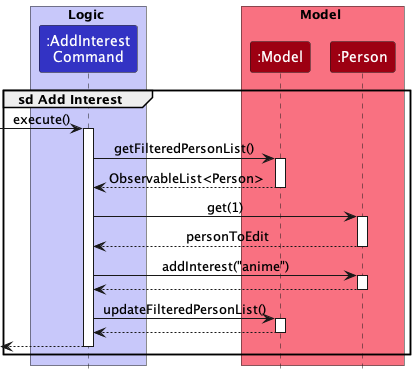
Above: docs/images/AddInterestRefSequenceDiagram.png in nus-cs2103-AY2223S1/tp (PlantUML), before the change.
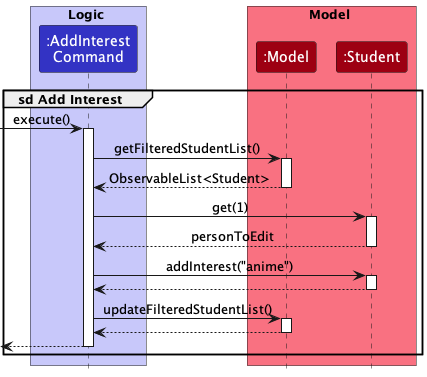
After the commit.

Commit message:
Update sequence diagram naming

Change to the diagram source:
```diff
@@ -7,30 +7,30 @@
 
 box Model MODEL_COLOR_T1
 participant ":Model" as Model MODEL_COLOR
-participant ":Person" as Person MODEL_COLOR
+participant ":Student" as Student MODEL_COLOR
 end box
 
 group sd Add Interest
 [-> AddInterestCommand : execute()
 activate AddInterestCommand
 
-AddInterestCommand -> Model: getFilteredPersonList()
+AddInterestCommand -> Model: getFilteredStudentList()
 activate Model
-Model --> AddInterestCommand: ObservableList<Person>
+Model --> AddInterestCommand: ObservableList<Student>
 deactivate Model
 
-AddInterestCommand -> Person: get(1)
-activate Person
-Person --> AddInterestCommand: personToEdit
-deactivate Person
+AddInterestCommand -> Student: get(1)
+activate Student
+Student --> AddInterestCommand: personToEdit
+deactivate Student
 
-AddInterestCommand -> Person: addInterest("anime")
-activate Person
-Person --> AddInterestCommand
-deactivate Person
+AddInterestCommand -> Student: addInterest("anime")
+activate Student
+Student --> AddInterestCommand
+deactivate Student
 
 
-AddInterestCommand -> Model: updateFilteredPersonList()
+AddInterestCommand -> Model: updateFilteredStudentList()
 activate Model
 Model --> AddInterestCommand
 deactivate Model
```
